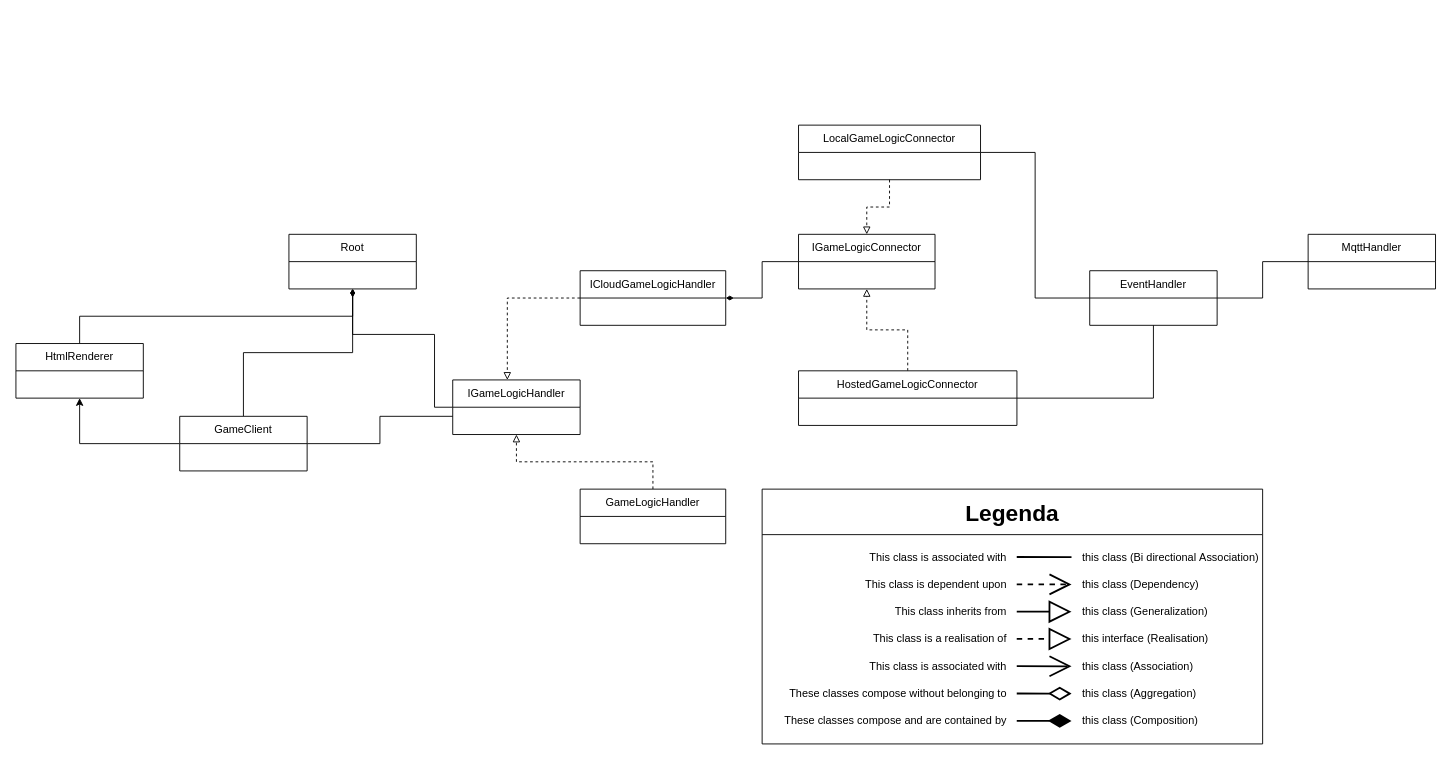
Before: diagram.drawio in oldmartijntje/tiny-soup, a draw.io diagram. Source tidied: cells renumbered, new cells numbered last; positions are measured from the earlier drawing's top-left corner, leaving out a move shared by most shapes. Both pictures are drawn from the tidied source at 91%, with x=0, y=0 at pixel (15, 125).
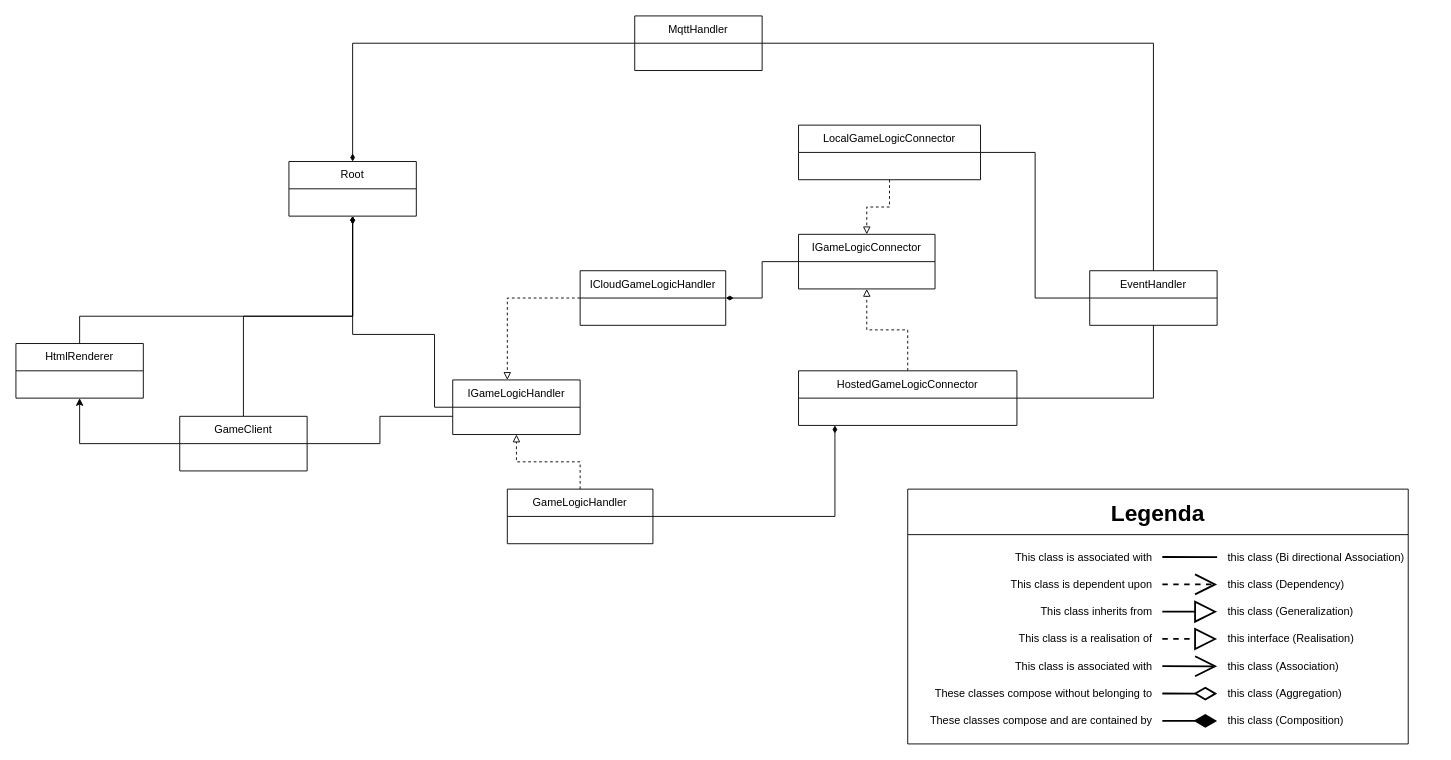
The same diagram, later.

Unchanged cells that the change refers to:
```xml
<mxCell id="18" value="HostedGameLogicConnector" style="swimlane;fontStyle=0;horizontal=1;startSize=30;whiteSpace=wrap;html=1;" parent="1" vertex="1">
  <mxGeometry x="860" y="270" width="240" height="60" as="geometry" />
</mxCell>
```

The edit, as a diff of the source:
```diff
@@
     <mxCell id="2" value="Root" style="swimlane;fontStyle=0;horizontal=1;startSize=30;whiteSpace=wrap;html=1;" parent="1" vertex="1">
-      <mxGeometry x="300" y="120" width="140" height="60" as="geometry" />
+      <mxGeometry x="300" y="40" width="140" height="60" as="geometry" />
     </mxCell>
@@
+    <mxCell id="48" style="edgeStyle=orthogonalEdgeStyle;rounded=0;jettySize=auto;html=1;endArrow=diamondThin;endFill=1;" parent="1" edge="1" source="12" target="18">
+      <mxGeometry relative="1" as="geometry">
+        <Array as="points">
+          <mxPoint x="900" y="430" />
+        </Array>
+      </mxGeometry>
+    </mxCell>
     <mxCell id="12" value="GameLogicHandler" style="swimlane;fontStyle=0;horizontal=1;startSize=30;whiteSpace=wrap;html=1;" parent="1" vertex="1">
-      <mxGeometry x="620" y="400" width="160" height="60" as="geometry" />
+      <mxGeometry x="540" y="400" width="160" height="60" as="geometry" />
     </mxCell>
@@
+    <mxCell id="49" style="edgeStyle=orthogonalEdgeStyle;rounded=0;jettySize=auto;html=1;endArrow=diamondThin;endFill=1;" parent="1" edge="1" source="21" target="2">
+      <mxGeometry relative="1" as="geometry" />
+    </mxCell>
     <mxCell id="21" value="MqttHandler" style="swimlane;fontStyle=0;horizontal=1;startSize=30;whiteSpace=wrap;html=1;" parent="1" vertex="1">
-      <mxGeometry x="1420" y="120" width="140" height="60" as="geometry" />
+      <mxGeometry x="680" y="-120" width="140" height="60" as="geometry" />
     </mxCell>
@@
     <mxCell id="24" value="&lt;font style=&quot;font-size: 25px;&quot;&gt;Legenda&lt;/font&gt;" style="swimlane;whiteSpace=wrap;html=1;startSize=50;fontColor=default;" parent="1" vertex="1">
-      <mxGeometry x="820" y="400" width="550" height="280" as="geometry" />
+      <mxGeometry x="980" y="400" width="550" height="280" as="geometry" />
     </mxCell>
```
